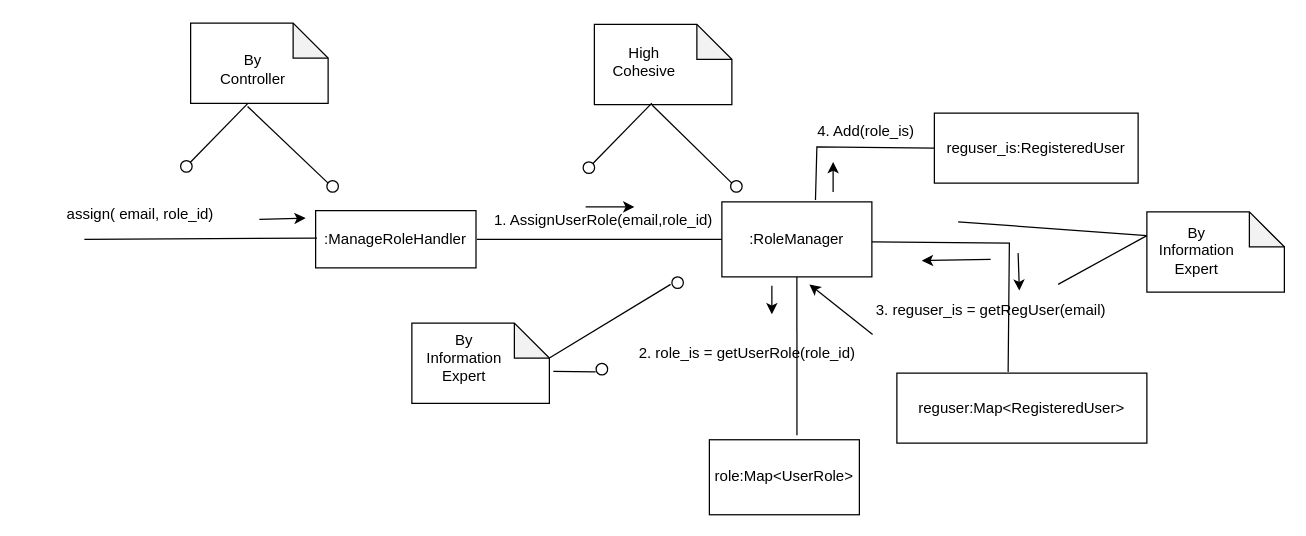
The draw.io diagram page "Page-2" (2 of 3) of operation_diagram_1.drawio in jonamadk/DrawIO, before the edit. Source tidied: cells renumbered, new cells numbered last; positions are measured from the earlier drawing's top-left corner, leaving out a move shared by most shapes. Both pictures are drawn from the tidied source at 125%, with x=0, y=0 at pixel (21, 21).
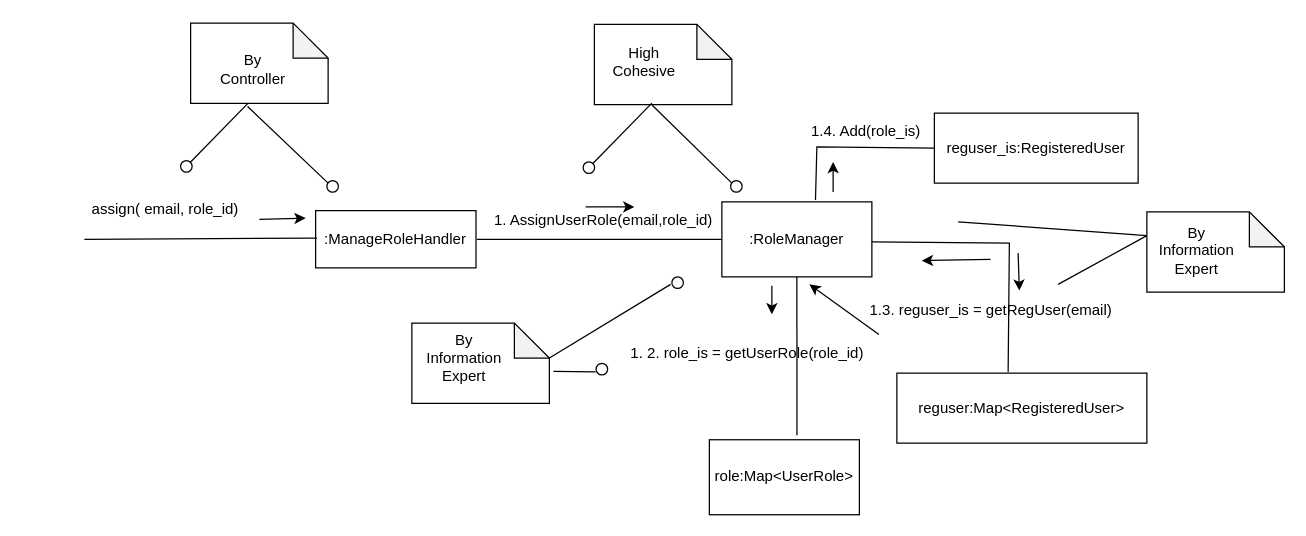
The same page after the edit.

The change refers to these unchanged cells:
```xml
<mxCell id="4" style="group;rotation=0;" parent="3" vertex="1">
  <mxGeometry y="1" width="960" height="320" as="geometry" />
</mxCell>
```

The edit, as a diff of the source:
```diff
@@
-    <mxCell id="2" value="assign( email, role_id)" style="text;html=1;align=center;verticalAlign=middle;whiteSpace=wrap;rounded=0;rotation=0;" parent="1" vertex="1">
-      <mxGeometry y="140" width="190" height="27.5" as="geometry" />
-    </mxCell>
@@
-    <mxCell id="21" value="2. role_is = getUserRole(role_id)" style="text;html=1;align=center;verticalAlign=middle;points=[];strokeColor=none;fillColor=none;rotation=0;" parent="4" vertex="1">
-      <mxGeometry x="430" y="249.3" width="200" height="30" as="geometry" />
+    <mxCell id="21" value="1. 2. role_is = getUserRole(role_id)" style="text;html=1;align=center;verticalAlign=middle;points=[];strokeColor=none;fillColor=none;rotation=0;" parent="4" vertex="1">
+      <mxGeometry x="425" y="249.3" width="210" height="30" as="geometry" />
     </mxCell>
@@
-    <mxCell id="24" value="3. reguser_is = getRegUser(email)" style="text;html=1;align=center;verticalAlign=middle;strokeColor=none;fillColor=none;rotation=0;" parent="4" vertex="1">
-      <mxGeometry x="620" y="215" width="210" height="30" as="geometry" />
+    <mxCell id="24" value="1.3. reguser_is = getRegUser(email)" style="text;html=1;align=center;verticalAlign=middle;strokeColor=none;fillColor=none;rotation=0;" parent="4" vertex="1">
+      <mxGeometry x="615" y="215" width="220" height="30" as="geometry" />
     </mxCell>
@@
-    <mxCell id="27" value="4. Add(role_is)" style="text;html=1;align=center;verticalAlign=middle;strokeColor=none;fillColor=none;rotation=0;" parent="4" vertex="1">
-      <mxGeometry x="575" y="72" width="100" height="30" as="geometry" />
+    <mxCell id="27" value="1.4. Add(role_is)" style="text;html=1;align=center;verticalAlign=middle;strokeColor=none;fillColor=none;rotation=0;" parent="4" vertex="1">
+      <mxGeometry x="570" y="72" width="110" height="30" as="geometry" />
     </mxCell>
@@
+    <mxCell id="2" value="assign( email, role_id)" style="text;html=1;align=center;verticalAlign=middle;whiteSpace=wrap;rounded=0;rotation=0;" parent="4" vertex="1">
+      <mxGeometry x="-30" y="135.2" width="190" height="27.5" as="geometry" />
+    </mxCell>
```
